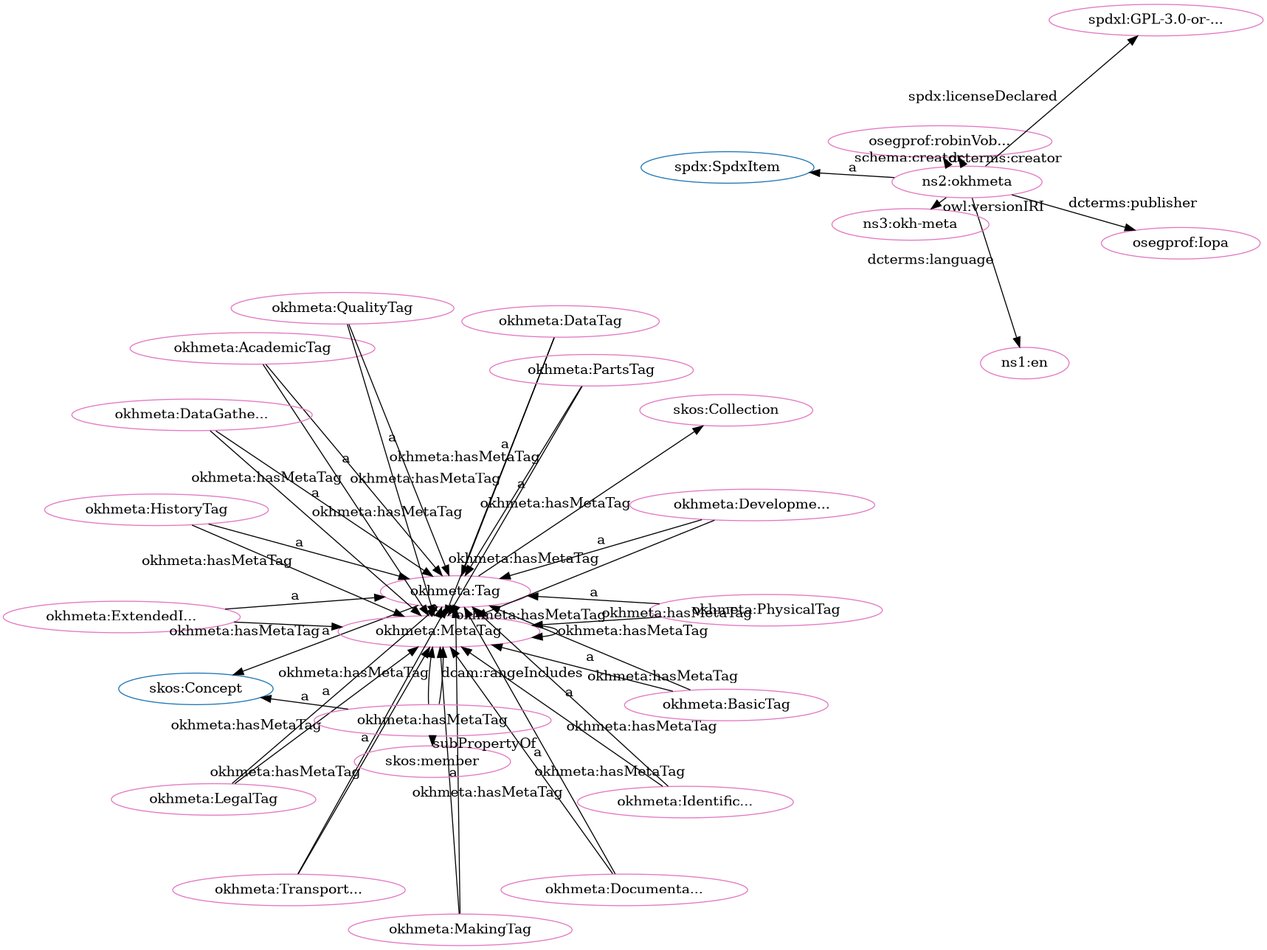
Before: src/spec/dot_okh-meta-clean.png, a diagram exported from Graphviz (iop-alliance/OpenKnowHow). Its source is kept beside it as src/spec/dot_okh-meta-clean.dot.
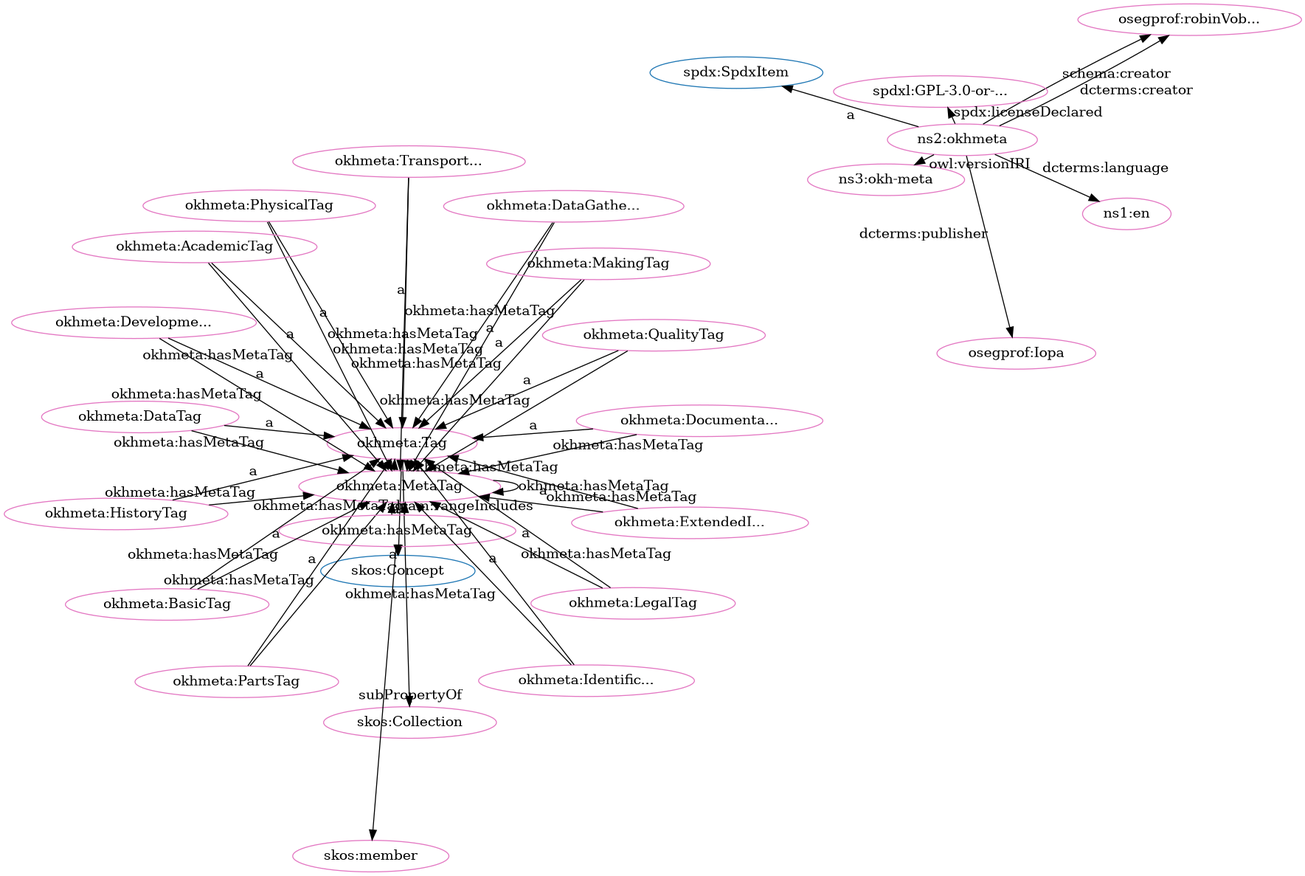
The same file after the commit.

The edit, as a diff of the source:
```diff
@@ -1,80 +1,80 @@
 digraph G {
   rankdir=BT
   node[height=.3]
+"http://w3id.org/oseg/ont/okhmeta#Tag" [fillcolor="#1f77b4" color="#1f77b4" label="okhmeta:Tag"]
 "http://www.w3.org/2004/02/skos/core#Concept" [fillcolor="#1f77b4" color="#1f77b4" label="skos:Concept"]
+"http://spdx.org/rdf/terms#SpdxItem" [fillcolor="#1f77b4" color="#1f77b4" label="spdx:SpdxItem"]
 "http://www.w3.org/2004/02/skos/core#Collection" [fillcolor="#1f77b4" color="#1f77b4" label="skos:Collection"]
-"http://w3id.org/oseg/ont/okhmeta#Tag" [fillcolor="#1f77b4" color="#1f77b4" label="okhmeta:Tag"]
-"http://spdx.org/rdf/terms#SpdxItem" [fillcolor="#1f77b4" color="#1f77b4" label="spdx:SpdxItem"]
 "http://w3id.org/oseg/ont/okhmeta#MetaTag" [fillcolor="#e377c2" color="#e377c2" label="okhmeta:MetaTag"]
+"http://w3id.org/oseg/ont/okhmeta#QualityTag" [fillcolor="#e377c2" color="#e377c2" label="okhmeta:QualityTag"]
+"http://w3id.org/oseg/ont/okhmeta#PartsTag" [fillcolor="#e377c2" color="#e377c2" label="okhmeta:PartsTag"]
+"http://w3id.org/oseg/ont/oseg-profiles#robinVobruba" [fillcolor="#e377c2" color="#e377c2" label="osegprof:robinVob..."]
 "http://id.loc.gov/vocabulary/iso639-1/en" [fillcolor="#e377c2" color="#e377c2" label="ns1:en"]
+"http://w3id.org/oseg/ont/okhmeta#HistoryTag" [fillcolor="#e377c2" color="#e377c2" label="okhmeta:HistoryTag"]
+"http://www.w3.org/2004/02/skos/core#member" [fillcolor="#e377c2" color="#e377c2" label="skos:member"]
+"http://w3id.org/oseg/ont/okhmeta" [fillcolor="#e377c2" color="#e377c2" label="ns2:okhmeta"]
+"http://w3id.org/oseg/ont/okhmeta#Tag" [fillcolor="#e377c2" color="#e377c2" label="okhmeta:Tag"]
+"http://w3id.org/oseg/ont/okhmeta#hasMetaTag" [fillcolor="#e377c2" color="#e377c2" label="okhmeta:hasMetaTag"]
+"http://w3id.org/oseg/ont/okhmeta#BasicTag" [fillcolor="#e377c2" color="#e377c2" label="okhmeta:BasicTag"]
+"http://w3id.org/oseg/ont/okhmeta#LegalTag" [fillcolor="#e377c2" color="#e377c2" label="okhmeta:LegalTag"]
+"http://w3id.org/oseg/ont/okhmeta#PhysicalTag" [fillcolor="#e377c2" color="#e377c2" label="okhmeta:PhysicalTag"]
+"http://w3id.org/oseg/ont/oseg-profiles#Iopa" [fillcolor="#e377c2" color="#e377c2" label="osegprof:Iopa"]
+"http://w3id.org/oseg/ont/okhmeta#TransportationTag" [fillcolor="#e377c2" color="#e377c2" label="okhmeta:Transport..."]
+"http://w3id.org/oseg/ont/okhmeta#DataGatheringTag" [fillcolor="#e377c2" color="#e377c2" label="okhmeta:DataGathe..."]
+"http://w3id.org/oseg/ont/okhmeta#DocumentationTag" [fillcolor="#e377c2" color="#e377c2" label="okhmeta:Documenta..."]
+"http://w3id.org/oseg/ont/okhmeta#ExtendedInfoTag" [fillcolor="#e377c2" color="#e377c2" label="okhmeta:ExtendedI..."]
+"http://spdx.org/licenses/GPL-3.0-or-later" [fillcolor="#e377c2" color="#e377c2" label="spdxl:GPL-3.0-or-..."]
+"http://www.w3.org/2004/02/skos/core#Collection" [fillcolor="#e377c2" color="#e377c2" label="skos:Collection"]
+"http://w3id.org/oseg/ont/okhmeta#IdentificationTag" [fillcolor="#e377c2" color="#e377c2" label="okhmeta:Identific..."]
+"http://w3id.org/oseg/ont/1.1.0/okh-meta" [fillcolor="#e377c2" color="#e377c2" label="ns3:okh-meta"]
+"http://w3id.org/oseg/ont/okhmeta#DevelopmentTag" [fillcolor="#e377c2" color="#e377c2" label="okhmeta:Developme..."]
 "http://w3id.org/oseg/ont/okhmeta#AcademicTag" [fillcolor="#e377c2" color="#e377c2" label="okhmeta:AcademicTag"]
-"http://w3id.org/oseg/ont/okhmeta" [fillcolor="#e377c2" color="#e377c2" label="ns2:okhmeta"]
-"http://w3id.org/oseg/ont/oseg-profiles#robinVobruba" [fillcolor="#e377c2" color="#e377c2" label="osegprof:robinVob..."]
-"http://w3id.org/oseg/ont/okhmeta#TransportationTag" [fillcolor="#e377c2" color="#e377c2" label="okhmeta:Transport..."]
-"http://w3id.org/oseg/ont/okhmeta#LegalTag" [fillcolor="#e377c2" color="#e377c2" label="okhmeta:LegalTag"]
-"http://w3id.org/oseg/ont/okhmeta#DocumentationTag" [fillcolor="#e377c2" color="#e377c2" label="okhmeta:Documenta..."]
-"http://w3id.org/oseg/ont/oseg-profiles#Iopa" [fillcolor="#e377c2" color="#e377c2" label="osegprof:Iopa"]
-"http://spdx.org/licenses/GPL-3.0-or-later" [fillcolor="#e377c2" color="#e377c2" label="spdxl:GPL-3.0-or-..."]
+"http://w3id.org/oseg/ont/okhmeta#DataTag" [fillcolor="#e377c2" color="#e377c2" label="okhmeta:DataTag"]
 "http://w3id.org/oseg/ont/okhmeta#MakingTag" [fillcolor="#e377c2" color="#e377c2" label="okhmeta:MakingTag"]
-"http://www.w3.org/2004/02/skos/core#member" [fillcolor="#e377c2" color="#e377c2" label="skos:member"]
-"http://w3id.org/oseg/ont/okhmeta#BasicTag" [fillcolor="#e377c2" color="#e377c2" label="okhmeta:BasicTag"]
-"http://w3id.org/oseg/ont/okhmeta#hasMetaTag" [fillcolor="#e377c2" color="#e377c2" label="okhmeta:hasMetaTag"]
-"http://w3id.org/oseg/ont/okhmeta#PhysicalTag" [fillcolor="#e377c2" color="#e377c2" label="okhmeta:PhysicalTag"]
-"http://w3id.org/oseg/ont/okhmeta#HistoryTag" [fillcolor="#e377c2" color="#e377c2" label="okhmeta:HistoryTag"]
-"http://www.w3.org/2004/02/skos/core#Collection" [fillcolor="#e377c2" color="#e377c2" label="skos:Collection"]
-"http://w3id.org/oseg/ont/1.1.0/okh-meta" [fillcolor="#e377c2" color="#e377c2" label="ns3:okh-meta"]
-"http://w3id.org/oseg/ont/okhmeta#QualityTag" [fillcolor="#e377c2" color="#e377c2" label="okhmeta:QualityTag"]
-"http://w3id.org/oseg/ont/okhmeta#DataTag" [fillcolor="#e377c2" color="#e377c2" label="okhmeta:DataTag"]
-"http://w3id.org/oseg/ont/okhmeta#IdentificationTag" [fillcolor="#e377c2" color="#e377c2" label="okhmeta:Identific..."]
-"http://w3id.org/oseg/ont/okhmeta#Tag" [fillcolor="#e377c2" color="#e377c2" label="okhmeta:Tag"]
-"http://w3id.org/oseg/ont/okhmeta#DataGatheringTag" [fillcolor="#e377c2" color="#e377c2" label="okhmeta:DataGathe..."]
-"http://w3id.org/oseg/ont/okhmeta#PartsTag" [fillcolor="#e377c2" color="#e377c2" label="okhmeta:PartsTag"]
-"http://w3id.org/oseg/ont/okhmeta#ExtendedInfoTag" [fillcolor="#e377c2" color="#e377c2" label="okhmeta:ExtendedI..."]
-"http://w3id.org/oseg/ont/okhmeta#DevelopmentTag" [fillcolor="#e377c2" color="#e377c2" label="okhmeta:Developme..."]
+  "http://w3id.org/oseg/ont/okhmeta#QualityTag" -> "http://w3id.org/oseg/ont/okhmeta#Tag" [label="a"]
+  "http://w3id.org/oseg/ont/okhmeta#PartsTag" -> "http://w3id.org/oseg/ont/okhmeta#Tag" [label="a"]
+  "http://w3id.org/oseg/ont/okhmeta" -> "http://id.loc.gov/vocabulary/iso639-1/en" [label="dcterms:language"]
+  "http://w3id.org/oseg/ont/okhmeta#HistoryTag" -> "http://w3id.org/oseg/ont/okhmeta#Tag" [label="a"]
+  "http://w3id.org/oseg/ont/okhmeta#PhysicalTag" -> "http://w3id.org/oseg/ont/okhmeta#MetaTag" [label="okhmeta:hasMetaTag"]
+  "http://w3id.org/oseg/ont/okhmeta#DataTag" -> "http://w3id.org/oseg/ont/okhmeta#MetaTag" [label="okhmeta:hasMetaTag"]
+  "http://w3id.org/oseg/ont/okhmeta#Tag" -> "http://www.w3.org/2004/02/skos/core#Concept" [label="a"]
+  "http://w3id.org/oseg/ont/okhmeta" -> "http://spdx.org/rdf/terms#SpdxItem" [label="a"]
+  "http://w3id.org/oseg/ont/okhmeta#hasMetaTag" -> "http://w3id.org/oseg/ont/okhmeta#MetaTag" [label="dcam:rangeIncludes"]
+  "http://w3id.org/oseg/ont/okhmeta#PhysicalTag" -> "http://w3id.org/oseg/ont/okhmeta#Tag" [label="a"]
+  "http://w3id.org/oseg/ont/okhmeta#DocumentationTag" -> "http://w3id.org/oseg/ont/okhmeta#MetaTag" [label="okhmeta:hasMetaTag"]
+  "http://w3id.org/oseg/ont/okhmeta" -> "http://w3id.org/oseg/ont/oseg-profiles#Iopa" [label="dcterms:publisher"]
+  "http://w3id.org/oseg/ont/okhmeta#DevelopmentTag" -> "http://w3id.org/oseg/ont/okhmeta#MetaTag" [label="okhmeta:hasMetaTag"]
+  "http://w3id.org/oseg/ont/okhmeta#MetaTag" -> "http://w3id.org/oseg/ont/okhmeta#MetaTag" [label="okhmeta:hasMetaTag"]
+  "http://w3id.org/oseg/ont/okhmeta#BasicTag" -> "http://w3id.org/oseg/ont/okhmeta#MetaTag" [label="okhmeta:hasMetaTag"]
+  "http://w3id.org/oseg/ont/okhmeta#DataGatheringTag" -> "http://w3id.org/oseg/ont/okhmeta#Tag" [label="a"]
+  "http://w3id.org/oseg/ont/okhmeta#DocumentationTag" -> "http://w3id.org/oseg/ont/okhmeta#Tag" [label="a"]
+  "http://w3id.org/oseg/ont/okhmeta#ExtendedInfoTag" -> "http://w3id.org/oseg/ont/okhmeta#Tag" [label="a"]
+  "http://w3id.org/oseg/ont/okhmeta" -> "http://spdx.org/licenses/GPL-3.0-or-later" [label="spdx:licenseDeclared"]
+  "http://w3id.org/oseg/ont/okhmeta#IdentificationTag" -> "http://w3id.org/oseg/ont/okhmeta#Tag" [label="a"]
+  "http://w3id.org/oseg/ont/okhmeta#DevelopmentTag" -> "http://w3id.org/oseg/ont/okhmeta#Tag" [label="a"]
+  "http://w3id.org/oseg/ont/okhmeta#TransportationTag" -> "http://w3id.org/oseg/ont/okhmeta#MetaTag" [label="okhmeta:hasMetaTag"]
+  "http://w3id.org/oseg/ont/okhmeta" -> "http://w3id.org/oseg/ont/oseg-profiles#robinVobruba" [label="schema:creator"]
+  "http://w3id.org/oseg/ont/okhmeta#DataTag" -> "http://w3id.org/oseg/ont/okhmeta#Tag" [label="a"]
+  "http://w3id.org/oseg/ont/okhmeta#Tag" -> "http://w3id.org/oseg/ont/okhmeta#MetaTag" [label="okhmeta:hasMetaTag"]
+  "http://w3id.org/oseg/ont/okhmeta#DataGatheringTag" -> "http://w3id.org/oseg/ont/okhmeta#MetaTag" [label="okhmeta:hasMetaTag"]
+  "http://w3id.org/oseg/ont/okhmeta" -> "http://w3id.org/oseg/ont/oseg-profiles#robinVobruba" [label="dcterms:creator"]
+  "http://w3id.org/oseg/ont/okhmeta#ExtendedInfoTag" -> "http://w3id.org/oseg/ont/okhmeta#MetaTag" [label="okhmeta:hasMetaTag"]
+  "http://w3id.org/oseg/ont/okhmeta#IdentificationTag" -> "http://w3id.org/oseg/ont/okhmeta#MetaTag" [label="okhmeta:hasMetaTag"]
+  "http://w3id.org/oseg/ont/okhmeta#LegalTag" -> "http://w3id.org/oseg/ont/okhmeta#MetaTag" [label="okhmeta:hasMetaTag"]
+  "http://w3id.org/oseg/ont/okhmeta#hasMetaTag" -> "http://www.w3.org/2004/02/skos/core#member" [label="subPropertyOf"]
+  "http://w3id.org/oseg/ont/okhmeta#hasMetaTag" -> "http://w3id.org/oseg/ont/okhmeta#MetaTag" [label="okhmeta:hasMetaTag"]
+  "http://w3id.org/oseg/ont/okhmeta#BasicTag" -> "http://w3id.org/oseg/ont/okhmeta#Tag" [label="a"]
+  "http://w3id.org/oseg/ont/okhmeta#MetaTag" -> "http://w3id.org/oseg/ont/okhmeta#Tag" [label="a"]
+  "http://w3id.org/oseg/ont/okhmeta#LegalTag" -> "http://w3id.org/oseg/ont/okhmeta#Tag" [label="a"]
+  "http://w3id.org/oseg/ont/okhmeta#TransportationTag" -> "http://w3id.org/oseg/ont/okhmeta#Tag" [label="a"]
   "http://w3id.org/oseg/ont/okhmeta#AcademicTag" -> "http://w3id.org/oseg/ont/okhmeta#MetaTag" [label="okhmeta:hasMetaTag"]
-  "http://w3id.org/oseg/ont/okhmeta" -> "http://id.loc.gov/vocabulary/iso639-1/en" [label="dcterms:language"]
-  "http://w3id.org/oseg/ont/okhmeta#DataTag" -> "http://w3id.org/oseg/ont/okhmeta#MetaTag" [label="okhmeta:hasMetaTag"]
-  "http://w3id.org/oseg/ont/okhmeta" -> "http://w3id.org/oseg/ont/oseg-profiles#robinVobruba" [label="dcterms:creator"]
-  "http://w3id.org/oseg/ont/okhmeta#Tag" -> "http://w3id.org/oseg/ont/okhmeta#MetaTag" [label="okhmeta:hasMetaTag"]
-  "http://w3id.org/oseg/ont/okhmeta#LegalTag" -> "http://w3id.org/oseg/ont/okhmeta#MetaTag" [label="okhmeta:hasMetaTag"]
-  "http://w3id.org/oseg/ont/okhmeta#MetaTag" -> "http://w3id.org/oseg/ont/okhmeta#Tag" [label="a"]
-  "http://w3id.org/oseg/ont/okhmeta#DocumentationTag" -> "http://w3id.org/oseg/ont/okhmeta#MetaTag" [label="okhmeta:hasMetaTag"]
-  "http://w3id.org/oseg/ont/okhmeta#DocumentationTag" -> "http://w3id.org/oseg/ont/okhmeta#Tag" [label="a"]
-  "http://w3id.org/oseg/ont/okhmeta#TransportationTag" -> "http://w3id.org/oseg/ont/okhmeta#MetaTag" [label="okhmeta:hasMetaTag"]
+  "http://w3id.org/oseg/ont/okhmeta#Tag" -> "http://www.w3.org/2004/02/skos/core#Collection" [label=""]
+  "http://w3id.org/oseg/ont/okhmeta#MakingTag" -> "http://w3id.org/oseg/ont/okhmeta#MetaTag" [label="okhmeta:hasMetaTag"]
+  "http://w3id.org/oseg/ont/okhmeta" -> "http://w3id.org/oseg/ont/1.1.0/okh-meta" [label="owl:versionIRI"]
+  "http://w3id.org/oseg/ont/okhmeta#QualityTag" -> "http://w3id.org/oseg/ont/okhmeta#MetaTag" [label="okhmeta:hasMetaTag"]
+  "http://w3id.org/oseg/ont/okhmeta#PartsTag" -> "http://w3id.org/oseg/ont/okhmeta#MetaTag" [label="okhmeta:hasMetaTag"]
+  "http://w3id.org/oseg/ont/okhmeta#HistoryTag" -> "http://w3id.org/oseg/ont/okhmeta#MetaTag" [label="okhmeta:hasMetaTag"]
+  "http://w3id.org/oseg/ont/okhmeta#AcademicTag" -> "http://w3id.org/oseg/ont/okhmeta#Tag" [label="a"]
+  "http://w3id.org/oseg/ont/okhmeta#hasMetaTag" -> "http://www.w3.org/2004/02/skos/core#Concept" [label="a"]
   "http://w3id.org/oseg/ont/okhmeta#MakingTag" -> "http://w3id.org/oseg/ont/okhmeta#Tag" [label="a"]
-  "http://w3id.org/oseg/ont/okhmeta#DevelopmentTag" -> "http://w3id.org/oseg/ont/okhmeta#MetaTag" [label="okhmeta:hasMetaTag"]
-  "http://w3id.org/oseg/ont/okhmeta#BasicTag" -> "http://w3id.org/oseg/ont/okhmeta#Tag" [label="a"]
-  "http://w3id.org/oseg/ont/okhmeta#PhysicalTag" -> "http://w3id.org/oseg/ont/okhmeta#MetaTag" [label="okhmeta:hasMetaTag"]
-  "http://w3id.org/oseg/ont/okhmeta#HistoryTag" -> "http://w3id.org/oseg/ont/okhmeta#Tag" [label="a"]
-  "http://w3id.org/oseg/ont/okhmeta#DataTag" -> "http://w3id.org/oseg/ont/okhmeta#Tag" [label="a"]
-  "http://w3id.org/oseg/ont/okhmeta#IdentificationTag" -> "http://w3id.org/oseg/ont/okhmeta#Tag" [label="a"]
-  "http://w3id.org/oseg/ont/okhmeta#hasMetaTag" -> "http://w3id.org/oseg/ont/okhmeta#MetaTag" [label="okhmeta:hasMetaTag"]
-  "http://w3id.org/oseg/ont/okhmeta#PartsTag" -> "http://w3id.org/oseg/ont/okhmeta#Tag" [label="a"]
-  "http://w3id.org/oseg/ont/okhmeta#hasMetaTag" -> "http://www.w3.org/2004/02/skos/core#Concept" [label="a"]
-  "http://w3id.org/oseg/ont/okhmeta#ExtendedInfoTag" -> "http://w3id.org/oseg/ont/okhmeta#Tag" [label="a"]
-  "http://w3id.org/oseg/ont/okhmeta#BasicTag" -> "http://w3id.org/oseg/ont/okhmeta#MetaTag" [label="okhmeta:hasMetaTag"]
-  "http://w3id.org/oseg/ont/okhmeta#AcademicTag" -> "http://w3id.org/oseg/ont/okhmeta#Tag" [label="a"]
-  "http://w3id.org/oseg/ont/okhmeta" -> "http://spdx.org/rdf/terms#SpdxItem" [label="a"]
-  "http://w3id.org/oseg/ont/okhmeta#MetaTag" -> "http://w3id.org/oseg/ont/okhmeta#MetaTag" [label="okhmeta:hasMetaTag"]
-  "http://w3id.org/oseg/ont/okhmeta#hasMetaTag" -> "http://w3id.org/oseg/ont/okhmeta#MetaTag" [label="dcam:rangeIncludes"]
-  "http://w3id.org/oseg/ont/okhmeta#TransportationTag" -> "http://w3id.org/oseg/ont/okhmeta#Tag" [label="a"]
-  "http://w3id.org/oseg/ont/okhmeta#LegalTag" -> "http://w3id.org/oseg/ont/okhmeta#Tag" [label="a"]
-  "http://w3id.org/oseg/ont/okhmeta" -> "http://w3id.org/oseg/ont/oseg-profiles#Iopa" [label="dcterms:publisher"]
-  "http://w3id.org/oseg/ont/okhmeta#ExtendedInfoTag" -> "http://w3id.org/oseg/ont/okhmeta#MetaTag" [label="okhmeta:hasMetaTag"]
-  "http://w3id.org/oseg/ont/okhmeta" -> "http://spdx.org/licenses/GPL-3.0-or-later" [label="spdx:licenseDeclared"]
-  "http://w3id.org/oseg/ont/okhmeta#hasMetaTag" -> "http://www.w3.org/2004/02/skos/core#member" [label="subPropertyOf"]
-  "http://w3id.org/oseg/ont/okhmeta#MakingTag" -> "http://w3id.org/oseg/ont/okhmeta#MetaTag" [label="okhmeta:hasMetaTag"]
-  "http://w3id.org/oseg/ont/okhmeta" -> "http://w3id.org/oseg/ont/oseg-profiles#robinVobruba" [label="schema:creator"]
-  "http://w3id.org/oseg/ont/okhmeta#PhysicalTag" -> "http://w3id.org/oseg/ont/okhmeta#Tag" [label="a"]
-  "http://w3id.org/oseg/ont/okhmeta#HistoryTag" -> "http://w3id.org/oseg/ont/okhmeta#MetaTag" [label="okhmeta:hasMetaTag"]
-  "http://w3id.org/oseg/ont/okhmeta#Tag" -> "http://www.w3.org/2004/02/skos/core#Collection" [label=""]
-  "http://w3id.org/oseg/ont/okhmeta" -> "http://w3id.org/oseg/ont/1.1.0/okh-meta" [label="owl:versionIRI"]
-  "http://w3id.org/oseg/ont/okhmeta#QualityTag" -> "http://w3id.org/oseg/ont/okhmeta#Tag" [label="a"]
-  "http://w3id.org/oseg/ont/okhmeta#Tag" -> "http://www.w3.org/2004/02/skos/core#Concept" [label="a"]
-  "http://w3id.org/oseg/ont/okhmeta#DataGatheringTag" -> "http://w3id.org/oseg/ont/okhmeta#MetaTag" [label="okhmeta:hasMetaTag"]
-  "http://w3id.org/oseg/ont/okhmeta#DataGatheringTag" -> "http://w3id.org/oseg/ont/okhmeta#Tag" [label="a"]
-  "http://w3id.org/oseg/ont/okhmeta#IdentificationTag" -> "http://w3id.org/oseg/ont/okhmeta#MetaTag" [label="okhmeta:hasMetaTag"]
-  "http://w3id.org/oseg/ont/okhmeta#PartsTag" -> "http://w3id.org/oseg/ont/okhmeta#MetaTag" [label="okhmeta:hasMetaTag"]
-  "http://w3id.org/oseg/ont/okhmeta#DevelopmentTag" -> "http://w3id.org/oseg/ont/okhmeta#Tag" [label="a"]
-  "http://w3id.org/oseg/ont/okhmeta#QualityTag" -> "http://w3id.org/oseg/ont/okhmeta#MetaTag" [label="okhmeta:hasMetaTag"]
 }
```
